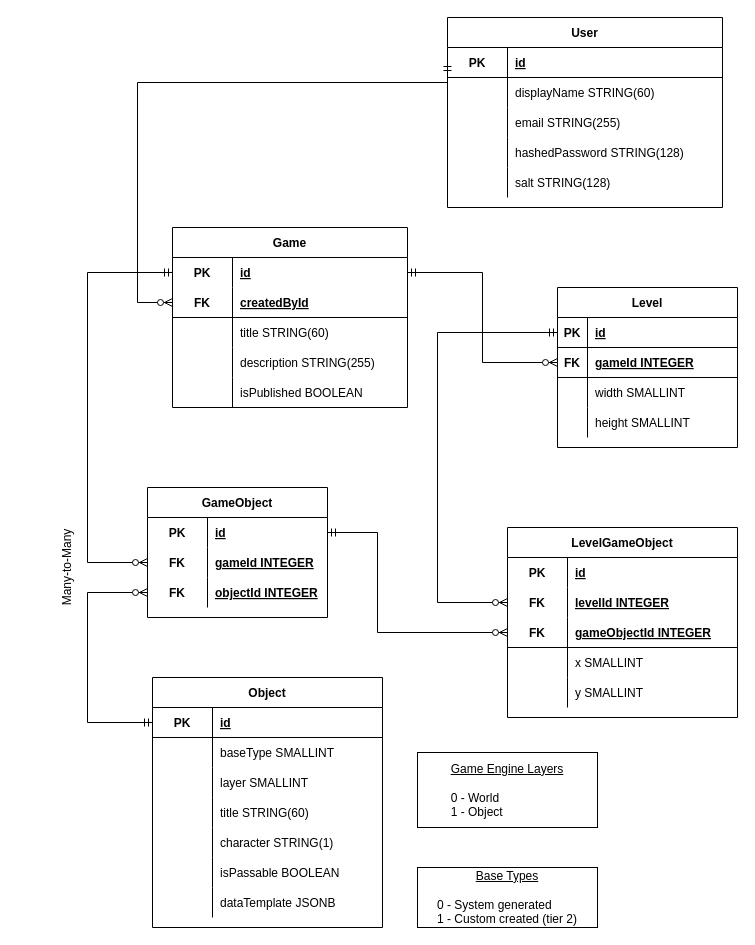
CS4450-ASCII/ASCIIDungeons keeps this draw.io diagram as docs/DatabaseERD - tier 1.drawio. Above is the earlier version. Source tidied: cells renumbered, new cells numbered last; positions are measured from the earlier drawing's top-left corner, leaving out a move shared by most shapes. Both pictures are drawn from the tidied source at 100%, with x=0, y=0 at pixel (17, 17).
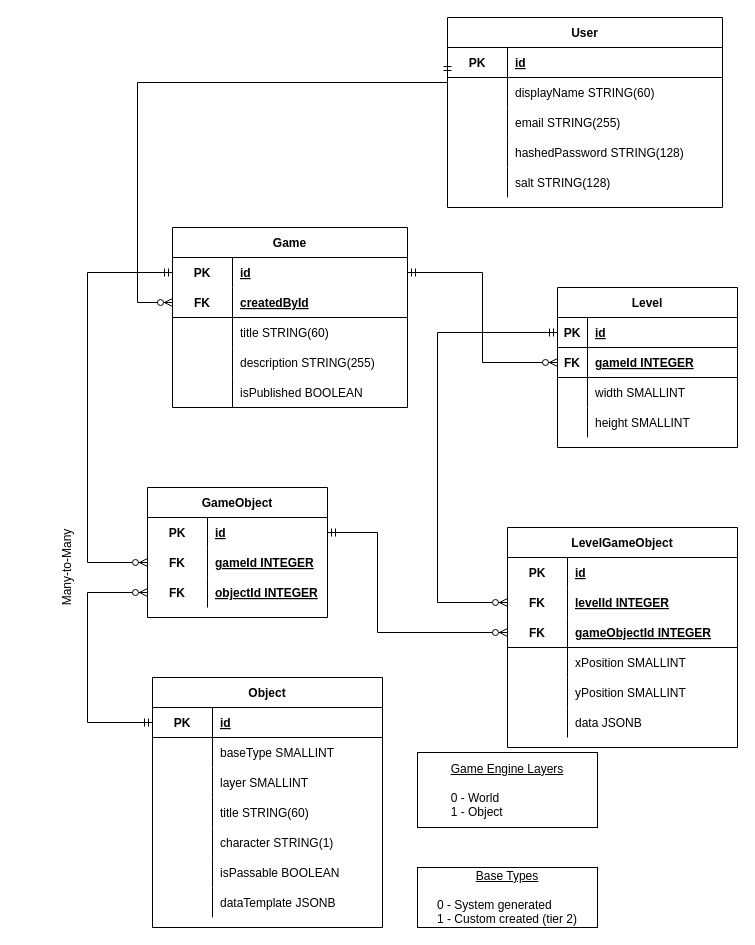
After the change.

Unchanged cells that the change refers to:
```xml
<mxCell id="57" style="shape=partialRectangle;fillColor=none;top=0;left=0;bottom=0;right=0;" parent="47" vertex="1">
  <mxGeometry y="120" width="230" height="30" as="geometry" />
</mxCell>
<mxCell id="60" style="shape=partialRectangle;fillColor=none;top=0;left=0;bottom=0;right=0;" parent="47" vertex="1">
  <mxGeometry y="150" width="230" height="30" as="geometry" />
</mxCell>
```

Diff of the diagram source:
```diff
@@
     <mxCell id="47" value="LevelGameObject" style="shape=table;startSize=30;childLayout=tableLayout;rowLines=0;fontStyle=1;align=center;" parent="1" vertex="1">
-      <mxGeometry x="490" y="510" width="230" height="190" as="geometry" />
+      <mxGeometry x="490" y="510" width="230" height="220" as="geometry" />
     </mxCell>
@@
-    <mxCell id="59" value="x SMALLINT" style="shape=partialRectangle;fillColor=none;top=0;left=0;bottom=0;right=0;align=left;spacingLeft=6;overflow=hidden;" parent="57" vertex="1">
+    <mxCell id="59" value="xPosition SMALLINT" style="shape=partialRectangle;fillColor=none;top=0;left=0;bottom=0;right=0;align=left;spacingLeft=6;overflow=hidden;" parent="57" vertex="1">
       <mxGeometry x="60" width="170" height="30" as="geometry" />
     </mxCell>
@@
-    <mxCell id="62" value="y SMALLINT" style="shape=partialRectangle;fillColor=none;top=0;left=0;bottom=0;right=0;align=left;spacingLeft=6;overflow=hidden;" parent="60" vertex="1">
+    <mxCell id="62" value="yPosition SMALLINT" style="shape=partialRectangle;fillColor=none;top=0;left=0;bottom=0;right=0;align=left;spacingLeft=6;overflow=hidden;" parent="60" vertex="1">
       <mxGeometry x="60" width="170" height="30" as="geometry" />
     </mxCell>
+    <mxCell id="104" style="shape=partialRectangle;fillColor=none;top=0;left=0;bottom=0;right=0;" parent="47" vertex="1">
+      <mxGeometry y="180" width="230" height="30" as="geometry" />
+    </mxCell>
+    <mxCell id="105" style="shape=partialRectangle;fillColor=none;top=0;left=0;bottom=0;right=0;overflow=hidden;" parent="104" vertex="1">
+      <mxGeometry width="60" height="30" as="geometry" />
+    </mxCell>
+    <mxCell id="106" value="data JSONB" style="shape=partialRectangle;fillColor=none;top=0;left=0;bottom=0;right=0;align=left;spacingLeft=6;overflow=hidden;" parent="104" vertex="1">
+      <mxGeometry x="60" width="170" height="30" as="geometry" />
+    </mxCell>
```
